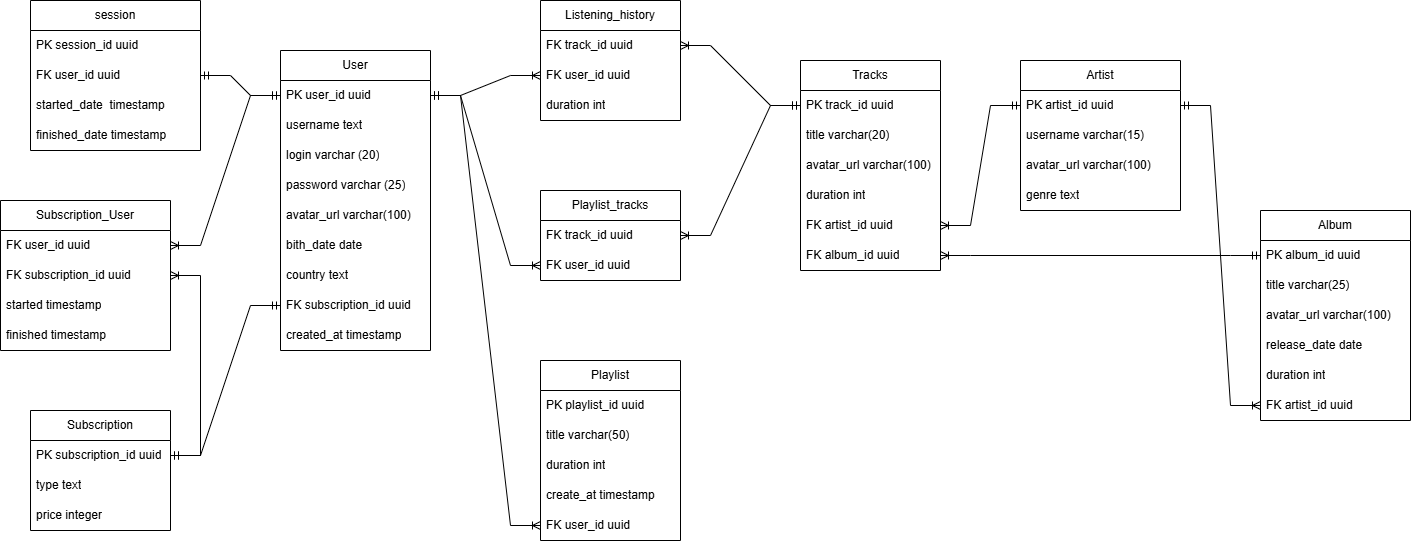
This is img/er-spotify.png from KhovenOlya/highload-spotify, a draw.io export, as it was before one commit. Source tidied: cells renumbered, new cells last; positions are measured from the earlier drawing's top-left corner, leaving out a move shared by most shapes.
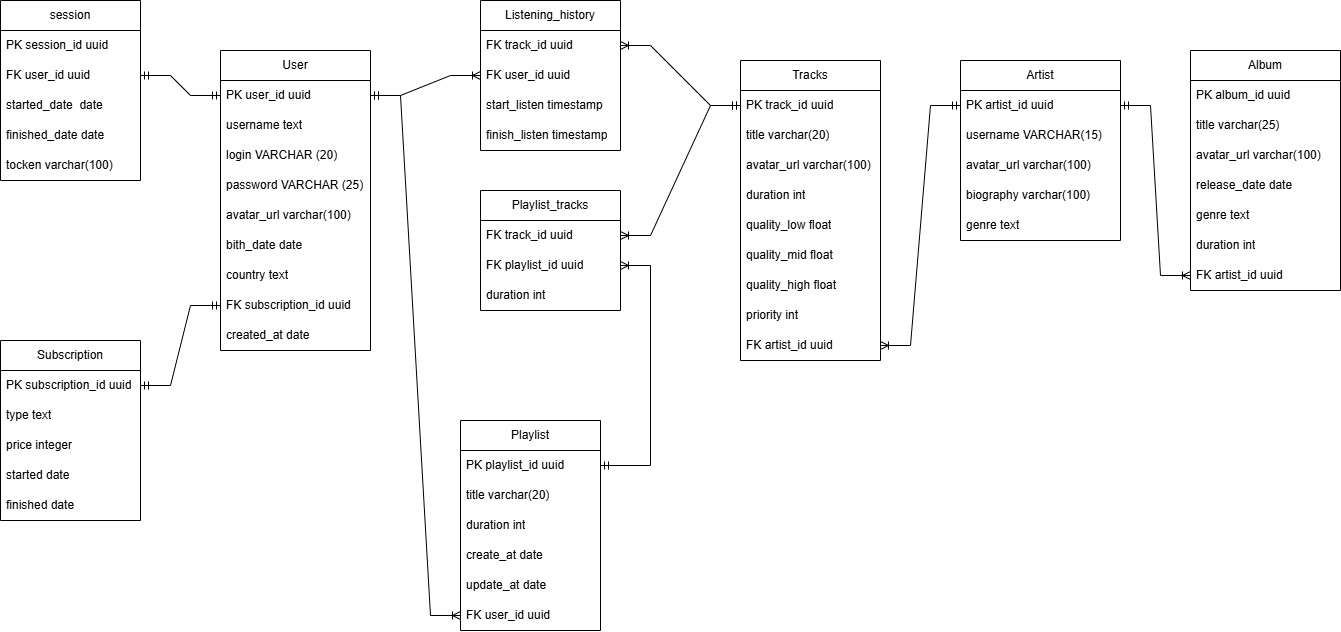
The same file after the commit.

Diff of the diagram source:
```diff
@@ -5,3 +5,3 @@
     <mxCell id="2" value="Album" style="swimlane;fontStyle=0;horizontal=1;startSize=30;whiteSpace=wrap;html=1;" parent="1" vertex="1">
-      <mxGeometry x="1260" y="210" width="150" height="210" as="geometry" />
+      <mxGeometry x="1250" y="50" width="150" height="240" as="geometry" />
     </mxCell>
@@ -19,10 +19,13 @@
     </mxCell>
+    <mxCell id="70" value="genre text" style="text;strokeColor=none;fillColor=none;align=left;verticalAlign=middle;spacingLeft=4;spacingRight=4;overflow=hidden;whiteSpace=wrap;html=1;" parent="2" vertex="1">
+      <mxGeometry y="150" width="150" height="30" as="geometry" />
+    </mxCell>
     <mxCell id="7" value="duration int" style="text;strokeColor=none;fillColor=none;align=left;verticalAlign=middle;spacingLeft=4;spacingRight=4;overflow=hidden;whiteSpace=wrap;html=1;" parent="2" vertex="1">
-      <mxGeometry y="150" width="150" height="30" as="geometry" />
+      <mxGeometry y="180" width="150" height="30" as="geometry" />
     </mxCell>
     <mxCell id="8" value="FK artist_id uuid" style="text;strokeColor=none;fillColor=none;align=left;verticalAlign=middle;spacingLeft=4;spacingRight=4;overflow=hidden;points=[[0,0.5],[1,0.5]];portConstraint=eastwest;whiteSpace=wrap;html=1;" parent="2" vertex="1">
-      <mxGeometry y="180" width="150" height="30" as="geometry" />
+      <mxGeometry y="210" width="150" height="30" as="geometry" />
     </mxCell>
     <mxCell id="9" value="Artist" style="swimlane;fontStyle=0;horizontal=1;startSize=30;whiteSpace=wrap;html=1;" parent="1" vertex="1">
-      <mxGeometry x="1020" y="60" width="160" height="150" as="geometry" />
+      <mxGeometry x="1020" y="60" width="160" height="180" as="geometry" />
     </mxCell>
@@ -31,3 +34,3 @@
     </mxCell>
-    <mxCell id="11" value="username varchar(15)" style="text;strokeColor=none;fillColor=none;align=left;verticalAlign=middle;spacingLeft=4;spacingRight=4;overflow=hidden;whiteSpace=wrap;html=1;" parent="9" vertex="1">
+    <mxCell id="11" value="username VARCHAR(15)" style="text;strokeColor=none;fillColor=none;align=left;verticalAlign=middle;spacingLeft=4;spacingRight=4;overflow=hidden;whiteSpace=wrap;html=1;" parent="9" vertex="1">
       <mxGeometry y="60" width="160" height="30" as="geometry" />
@@ -37,4 +40,7 @@
     </mxCell>
+    <mxCell id="71" value="biography varchar(100)" style="text;strokeColor=none;fillColor=none;align=left;verticalAlign=middle;spacingLeft=4;spacingRight=4;overflow=hidden;whiteSpace=wrap;html=1;" parent="9" vertex="1">
+      <mxGeometry y="120" width="160" height="30" as="geometry" />
+    </mxCell>
     <mxCell id="13" value="genre text" style="text;strokeColor=none;fillColor=none;align=left;verticalAlign=middle;spacingLeft=4;spacingRight=4;overflow=hidden;whiteSpace=wrap;html=1;" parent="9" vertex="1">
-      <mxGeometry y="120" width="160" height="30" as="geometry" />
+      <mxGeometry y="150" width="160" height="30" as="geometry" />
     </mxCell>
@@ -49,6 +55,6 @@
     </mxCell>
-    <mxCell id="17" value="login varchar&amp;nbsp;(20)" style="text;strokeColor=none;fillColor=none;align=left;verticalAlign=middle;spacingLeft=4;spacingRight=4;overflow=hidden;whiteSpace=wrap;html=1;" parent="14" vertex="1">
+    <mxCell id="17" value="login VARCHAR (20)" style="text;strokeColor=none;fillColor=none;align=left;verticalAlign=middle;spacingLeft=4;spacingRight=4;overflow=hidden;whiteSpace=wrap;html=1;" parent="14" vertex="1">
       <mxGeometry y="90" width="150" height="30" as="geometry" />
     </mxCell>
-    <mxCell id="18" value="password varchar (25)" style="text;strokeColor=none;fillColor=none;align=left;verticalAlign=middle;spacingLeft=4;spacingRight=4;overflow=hidden;whiteSpace=wrap;html=1;" parent="14" vertex="1">
+    <mxCell id="18" value="password VARCHAR (25)" style="text;strokeColor=none;fillColor=none;align=left;verticalAlign=middle;spacingLeft=4;spacingRight=4;overflow=hidden;whiteSpace=wrap;html=1;" parent="14" vertex="1">
       <mxGeometry y="120" width="150" height="30" as="geometry" />
@@ -67,3 +73,3 @@
     </mxCell>
-    <mxCell id="23" value="created_at timestamp" style="text;strokeColor=none;fillColor=none;align=left;verticalAlign=middle;spacingLeft=4;spacingRight=4;overflow=hidden;whiteSpace=wrap;html=1;" parent="14" vertex="1">
+    <mxCell id="23" value="created_at date" style="text;strokeColor=none;fillColor=none;align=left;verticalAlign=middle;spacingLeft=4;spacingRight=4;overflow=hidden;whiteSpace=wrap;html=1;" parent="14" vertex="1">
       <mxGeometry y="270" width="150" height="30" as="geometry" />
@@ -71,18 +77,21 @@
     <mxCell id="24" value="session" style="swimlane;fontStyle=0;horizontal=1;startSize=30;whiteSpace=wrap;html=1;" parent="1" vertex="1">
-      <mxGeometry x="30" width="170" height="150" as="geometry" />
+      <mxGeometry x="60" width="140" height="180" as="geometry" />
     </mxCell>
     <mxCell id="25" value="PK session_id uuid" style="text;strokeColor=none;fillColor=none;align=left;verticalAlign=middle;spacingLeft=4;spacingRight=4;overflow=hidden;whiteSpace=wrap;html=1;" parent="24" vertex="1">
-      <mxGeometry y="30" width="170" height="30" as="geometry" />
+      <mxGeometry y="30" width="140" height="30" as="geometry" />
     </mxCell>
     <mxCell id="26" value="FK user_id uuid" style="text;strokeColor=none;fillColor=none;align=left;verticalAlign=middle;spacingLeft=4;spacingRight=4;overflow=hidden;points=[[0,0.5],[1,0.5]];portConstraint=eastwest;whiteSpace=wrap;html=1;" parent="24" vertex="1">
-      <mxGeometry y="60" width="170" height="30" as="geometry" />
+      <mxGeometry y="60" width="140" height="30" as="geometry" />
     </mxCell>
-    <mxCell id="27" value="started_date&amp;nbsp; timestamp" style="text;strokeColor=none;fillColor=none;align=left;verticalAlign=middle;spacingLeft=4;spacingRight=4;overflow=hidden;whiteSpace=wrap;html=1;" parent="24" vertex="1">
-      <mxGeometry y="90" width="170" height="30" as="geometry" />
+    <mxCell id="27" value="started_date&amp;nbsp; date" style="text;strokeColor=none;fillColor=none;align=left;verticalAlign=middle;spacingLeft=4;spacingRight=4;overflow=hidden;whiteSpace=wrap;html=1;" parent="24" vertex="1">
+      <mxGeometry y="90" width="140" height="30" as="geometry" />
     </mxCell>
-    <mxCell id="28" value="finished_date timestamp" style="text;strokeColor=none;fillColor=none;align=left;verticalAlign=middle;spacingLeft=4;spacingRight=4;overflow=hidden;whiteSpace=wrap;html=1;" parent="24" vertex="1">
-      <mxGeometry y="120" width="170" height="30" as="geometry" />
+    <mxCell id="28" value="finished_date date" style="text;strokeColor=none;fillColor=none;align=left;verticalAlign=middle;spacingLeft=4;spacingRight=4;overflow=hidden;whiteSpace=wrap;html=1;" parent="24" vertex="1">
+      <mxGeometry y="120" width="140" height="30" as="geometry" />
     </mxCell>
+    <mxCell id="72" value="tocken varchar(100)" style="text;strokeColor=none;fillColor=none;align=left;verticalAlign=middle;spacingLeft=4;spacingRight=4;overflow=hidden;whiteSpace=wrap;html=1;" parent="24" vertex="1">
+      <mxGeometry y="150" width="140" height="30" as="geometry" />
+    </mxCell>
     <mxCell id="29" value="Playlist" style="swimlane;fontStyle=0;horizontal=1;startSize=30;whiteSpace=wrap;html=1;" parent="1" vertex="1">
-      <mxGeometry x="540" y="360" width="140" height="180" as="geometry" />
+      <mxGeometry x="520" y="420" width="140" height="210" as="geometry" />
     </mxCell>
@@ -91,3 +100,3 @@
     </mxCell>
-    <mxCell id="31" value="title varchar(50)" style="text;strokeColor=none;fillColor=none;align=left;verticalAlign=middle;spacingLeft=4;spacingRight=4;overflow=hidden;whiteSpace=wrap;html=1;" parent="29" vertex="1">
+    <mxCell id="31" value="title varchar(20)" style="text;strokeColor=none;fillColor=none;align=left;verticalAlign=middle;spacingLeft=4;spacingRight=4;overflow=hidden;whiteSpace=wrap;html=1;" parent="29" vertex="1">
       <mxGeometry y="60" width="140" height="30" as="geometry" />
@@ -97,10 +106,13 @@
     </mxCell>
-    <mxCell id="33" value="create_at timestamp" style="text;strokeColor=none;fillColor=none;align=left;verticalAlign=middle;spacingLeft=4;spacingRight=4;overflow=hidden;whiteSpace=wrap;html=1;" parent="29" vertex="1">
+    <mxCell id="33" value="create_at date" style="text;strokeColor=none;fillColor=none;align=left;verticalAlign=middle;spacingLeft=4;spacingRight=4;overflow=hidden;whiteSpace=wrap;html=1;" parent="29" vertex="1">
       <mxGeometry y="120" width="140" height="30" as="geometry" />
     </mxCell>
-    <mxCell id="34" value="FK user_id uuid" style="text;strokeColor=none;fillColor=none;align=left;verticalAlign=middle;spacingLeft=4;spacingRight=4;overflow=hidden;points=[[0,0.5],[1,0.5]];portConstraint=eastwest;whiteSpace=wrap;html=1;" parent="29" vertex="1">
-      <mxGeometry y="150" width="140" height="30" as="geometry" />
-    </mxCell>
+    <mxCell id="73" value="update_at date" style="text;strokeColor=none;fillColor=none;align=left;verticalAlign=middle;spacingLeft=4;spacingRight=4;overflow=hidden;whiteSpace=wrap;html=1;" parent="29" vertex="1">
+      <mxGeometry y="150" width="140" height="30" as="geometry" />
+    </mxCell>
+    <mxCell id="74" value="FK user_id uuid" style="text;strokeColor=none;fillColor=none;align=left;verticalAlign=middle;spacingLeft=4;spacingRight=4;overflow=hidden;points=[[0,0.5],[1,0.5]];portConstraint=eastwest;whiteSpace=wrap;html=1;" parent="29" vertex="1">
+      <mxGeometry y="180" width="140" height="30" as="geometry" />
+    </mxCell>
     <mxCell id="35" value="Listening_history" style="swimlane;fontStyle=0;horizontal=1;startSize=30;whiteSpace=wrap;html=1;" parent="1" vertex="1">
-      <mxGeometry x="540" width="140" height="120" as="geometry" />
+      <mxGeometry x="540" width="140" height="150" as="geometry" />
     </mxCell>
@@ -112,7 +124,10 @@
     </mxCell>
-    <mxCell id="38" value="duration int" style="text;strokeColor=none;fillColor=none;align=left;verticalAlign=middle;spacingLeft=4;spacingRight=4;overflow=hidden;whiteSpace=wrap;html=1;" parent="35" vertex="1">
+    <mxCell id="38" value="start_listen timestamp" style="text;strokeColor=none;fillColor=none;align=left;verticalAlign=middle;spacingLeft=4;spacingRight=4;overflow=hidden;whiteSpace=wrap;html=1;" parent="35" vertex="1">
       <mxGeometry y="90" width="140" height="30" as="geometry" />
     </mxCell>
+    <mxCell id="75" value="finish_listen timestamp" style="text;strokeColor=none;fillColor=none;align=left;verticalAlign=middle;spacingLeft=4;spacingRight=4;overflow=hidden;whiteSpace=wrap;html=1;" parent="35" vertex="1">
+      <mxGeometry y="120" width="140" height="30" as="geometry" />
+    </mxCell>
     <mxCell id="39" value="Subscription" style="swimlane;fontStyle=0;horizontal=1;startSize=30;whiteSpace=wrap;html=1;" parent="1" vertex="1">
-      <mxGeometry x="30" y="410" width="140" height="120" as="geometry" />
+      <mxGeometry x="60" y="340" width="140" height="180" as="geometry" />
     </mxCell>
@@ -127,4 +142,10 @@
     </mxCell>
+    <mxCell id="76" value="started date" style="text;strokeColor=none;fillColor=none;align=left;verticalAlign=middle;spacingLeft=4;spacingRight=4;overflow=hidden;whiteSpace=wrap;html=1;" parent="39" vertex="1">
+      <mxGeometry y="120" width="140" height="30" as="geometry" />
+    </mxCell>
+    <mxCell id="77" value="finished date" style="text;strokeColor=none;fillColor=none;align=left;verticalAlign=middle;spacingLeft=4;spacingRight=4;overflow=hidden;whiteSpace=wrap;html=1;" parent="39" vertex="1">
+      <mxGeometry y="150" width="140" height="30" as="geometry" />
+    </mxCell>
     <mxCell id="43" value="Playlist_tracks" style="swimlane;fontStyle=0;horizontal=1;startSize=30;whiteSpace=wrap;html=1;" parent="1" vertex="1">
-      <mxGeometry x="540" y="190" width="140" height="90" as="geometry" />
+      <mxGeometry x="540" y="190" width="140" height="120" as="geometry" />
     </mxCell>
@@ -133,7 +154,10 @@
     </mxCell>
-    <mxCell id="45" value="FK user_id uuid" style="text;strokeColor=none;fillColor=none;align=left;verticalAlign=middle;spacingLeft=4;spacingRight=4;overflow=hidden;points=[[0,0.5],[1,0.5]];portConstraint=eastwest;whiteSpace=wrap;html=1;" parent="43" vertex="1">
+    <mxCell id="45" value="FK playlist_id uuid" style="text;strokeColor=none;fillColor=none;align=left;verticalAlign=middle;spacingLeft=4;spacingRight=4;overflow=hidden;points=[[0,0.5],[1,0.5]];portConstraint=eastwest;whiteSpace=wrap;html=1;" parent="43" vertex="1">
       <mxGeometry y="60" width="140" height="30" as="geometry" />
     </mxCell>
+    <mxCell id="78" value="duration int" style="text;strokeColor=none;fillColor=none;align=left;verticalAlign=middle;spacingLeft=4;spacingRight=4;overflow=hidden;whiteSpace=wrap;html=1;" parent="43" vertex="1">
+      <mxGeometry y="90" width="140" height="30" as="geometry" />
+    </mxCell>
     <mxCell id="46" value="Tracks" style="swimlane;fontStyle=0;horizontal=1;startSize=30;whiteSpace=wrap;html=1;" parent="1" vertex="1">
-      <mxGeometry x="800" y="60" width="140" height="210" as="geometry" />
+      <mxGeometry x="800" y="60" width="140" height="300" as="geometry" />
     </mxCell>
@@ -151,8 +175,17 @@
     </mxCell>
+    <mxCell id="79" value="quality_low float" style="text;strokeColor=none;fillColor=none;align=left;verticalAlign=middle;spacingLeft=4;spacingRight=4;overflow=hidden;whiteSpace=wrap;html=1;" parent="46" vertex="1">
+      <mxGeometry y="150" width="140" height="30" as="geometry" />
+    </mxCell>
+    <mxCell id="80" value="quality_mid float" style="text;strokeColor=none;fillColor=none;align=left;verticalAlign=middle;spacingLeft=4;spacingRight=4;overflow=hidden;whiteSpace=wrap;html=1;" parent="46" vertex="1">
+      <mxGeometry y="180" width="140" height="30" as="geometry" />
+    </mxCell>
+    <mxCell id="81" value="quality_high float" style="text;strokeColor=none;fillColor=none;align=left;verticalAlign=middle;spacingLeft=4;spacingRight=4;overflow=hidden;whiteSpace=wrap;html=1;" parent="46" vertex="1">
+      <mxGeometry y="210" width="140" height="30" as="geometry" />
+    </mxCell>
+    <mxCell id="82" value="priority int" style="text;strokeColor=none;fillColor=none;align=left;verticalAlign=middle;spacingLeft=4;spacingRight=4;overflow=hidden;whiteSpace=wrap;html=1;" parent="46" vertex="1">
+      <mxGeometry y="240" width="140" height="30" as="geometry" />
+    </mxCell>
     <mxCell id="51" value="FK artist_id uuid" style="text;strokeColor=none;fillColor=none;align=left;verticalAlign=middle;spacingLeft=4;spacingRight=4;overflow=hidden;points=[[0,0.5],[1,0.5]];portConstraint=eastwest;whiteSpace=wrap;html=1;" parent="46" vertex="1">
-      <mxGeometry y="150" width="140" height="30" as="geometry" />
+      <mxGeometry y="270" width="140" height="30" as="geometry" />
     </mxCell>
-    <mxCell id="52" value="FK album_id uuid" style="text;strokeColor=none;fillColor=none;align=left;verticalAlign=middle;spacingLeft=4;spacingRight=4;overflow=hidden;points=[[0,0.5],[1,0.5]];portConstraint=eastwest;whiteSpace=wrap;html=1;" parent="46" vertex="1">
-      <mxGeometry y="180" width="140" height="30" as="geometry" />
-    </mxCell>
     <mxCell id="53" style="edgeStyle=entityRelationEdgeStyle;fontSize=12;html=1;endArrow=ERmandOne;startArrow=ERmandOne;rounded=0;exitX=1;exitY=0.5;exitDx=0;exitDy=0;entryX=0;entryY=0.5;entryDx=0;entryDy=0;" parent="1" edge="1" source="26" target="15">
@@ -169,3 +202,3 @@
     </mxCell>
-    <mxCell id="57" style="edgeStyle=entityRelationEdgeStyle;fontSize=12;html=1;endArrow=ERoneToMany;startArrow=ERmandOne;rounded=0;" parent="1" edge="1" source="15" target="34">
+    <mxCell id="57" style="edgeStyle=entityRelationEdgeStyle;fontSize=12;html=1;endArrow=ERoneToMany;startArrow=ERmandOne;rounded=0;entryX=0;entryY=0.5;entryDx=0;entryDy=0;" parent="1" edge="1" source="15" target="74">
       <mxGeometry relative="1" as="geometry" />
@@ -183,3 +216,3 @@
     </mxCell>
-    <mxCell id="60" style="edgeStyle=entityRelationEdgeStyle;fontSize=12;html=1;endArrow=ERoneToMany;startArrow=ERmandOne;rounded=0;entryX=0;entryY=0.5;entryDx=0;entryDy=0;" parent="1" edge="1" source="15" target="45">
+    <mxCell id="60" style="edgeStyle=entityRelationEdgeStyle;fontSize=12;html=1;endArrow=ERoneToMany;startArrow=ERmandOne;rounded=0;" parent="1" edge="1" source="30" target="45">
       <mxGeometry relative="1" as="geometry" />
@@ -189,26 +222,2 @@
     </mxCell>
-    <mxCell id="62" style="edgeStyle=entityRelationEdgeStyle;fontSize=12;html=1;endArrow=ERoneToMany;startArrow=ERmandOne;rounded=0;" parent="1" edge="1" source="3" target="52">
-      <mxGeometry relative="1" as="geometry" />
-    </mxCell>
-    <mxCell id="63" value="Subscription_User" style="swimlane;fontStyle=0;horizontal=1;startSize=30;whiteSpace=wrap;html=1;" parent="1" vertex="1">
-      <mxGeometry y="200" width="170" height="150" as="geometry" />
-    </mxCell>
-    <mxCell id="64" value="FK user_id uuid" style="text;strokeColor=none;fillColor=none;align=left;verticalAlign=middle;spacingLeft=4;spacingRight=4;overflow=hidden;points=[[0,0.5],[1,0.5]];portConstraint=eastwest;whiteSpace=wrap;html=1;" parent="63" vertex="1">
-      <mxGeometry y="30" width="170" height="30" as="geometry" />
-    </mxCell>
-    <mxCell id="65" value="FK subscription_id uuid" style="text;strokeColor=none;fillColor=none;align=left;verticalAlign=middle;spacingLeft=4;spacingRight=4;overflow=hidden;points=[[0,0.5],[1,0.5]];portConstraint=eastwest;whiteSpace=wrap;html=1;" parent="63" vertex="1">
-      <mxGeometry y="60" width="170" height="30" as="geometry" />
-    </mxCell>
-    <mxCell id="66" value="started timestamp" style="text;strokeColor=none;fillColor=none;align=left;verticalAlign=middle;spacingLeft=4;spacingRight=4;overflow=hidden;whiteSpace=wrap;html=1;" parent="63" vertex="1">
-      <mxGeometry y="90" width="170" height="30" as="geometry" />
-    </mxCell>
-    <mxCell id="67" value="finished timestamp" style="text;strokeColor=none;fillColor=none;align=left;verticalAlign=middle;spacingLeft=4;spacingRight=4;overflow=hidden;whiteSpace=wrap;html=1;" parent="63" vertex="1">
-      <mxGeometry y="120" width="170" height="30" as="geometry" />
-    </mxCell>
-    <mxCell id="68" style="edgeStyle=entityRelationEdgeStyle;fontSize=12;html=1;endArrow=ERoneToMany;startArrow=ERmandOne;rounded=0;" parent="1" edge="1" source="15" target="64">
-      <mxGeometry relative="1" as="geometry" />
-    </mxCell>
-    <mxCell id="69" style="edgeStyle=entityRelationEdgeStyle;fontSize=12;html=1;endArrow=ERoneToMany;startArrow=ERmandOne;rounded=0;entryX=1;entryY=0.5;entryDx=0;entryDy=0;" parent="1" edge="1" source="40" target="65">
-      <mxGeometry relative="1" as="geometry" />
-    </mxCell>
   </root>
```
